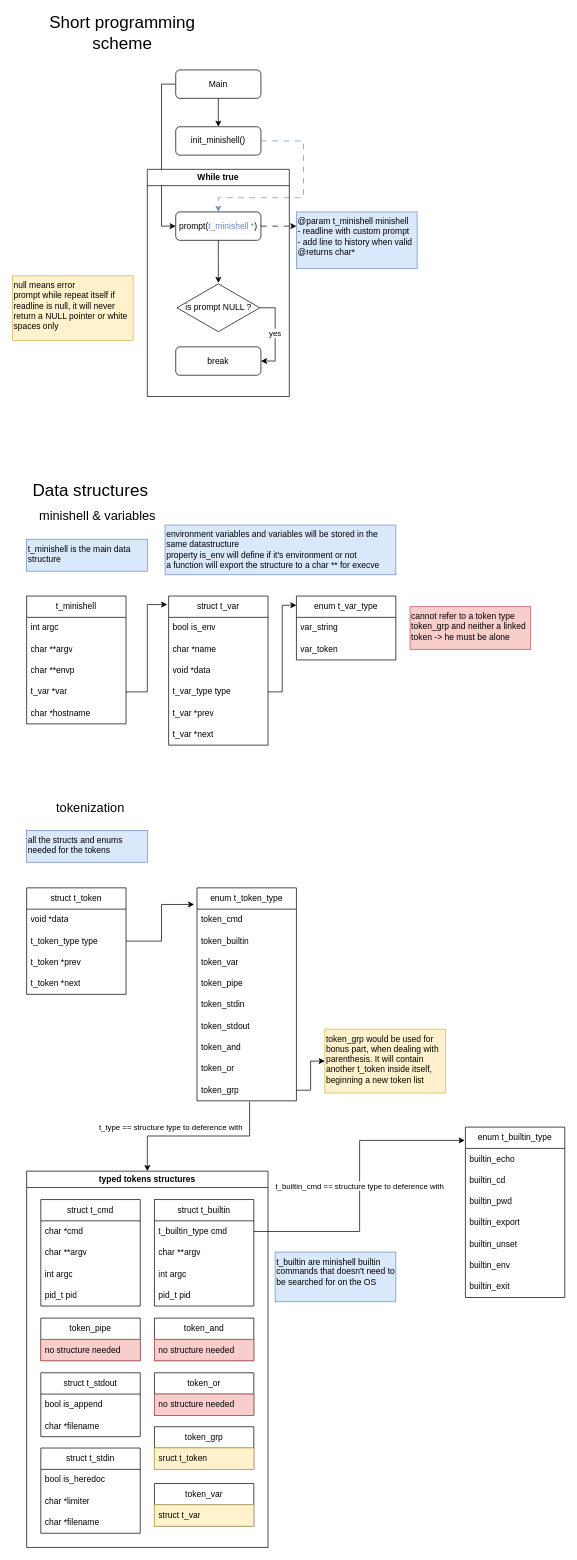
RPDJF/42-minishell keeps this draw.io diagram as docs/flow_scheme.drawio. Above is the earlier version. Source tidied: cells renumbered, new cells numbered last; positions are measured from the earlier drawing's top-left corner, leaving out a move shared by most shapes. Both pictures are drawn from the tidied source at 71%, with x=0, y=0 at pixel (12, 13).
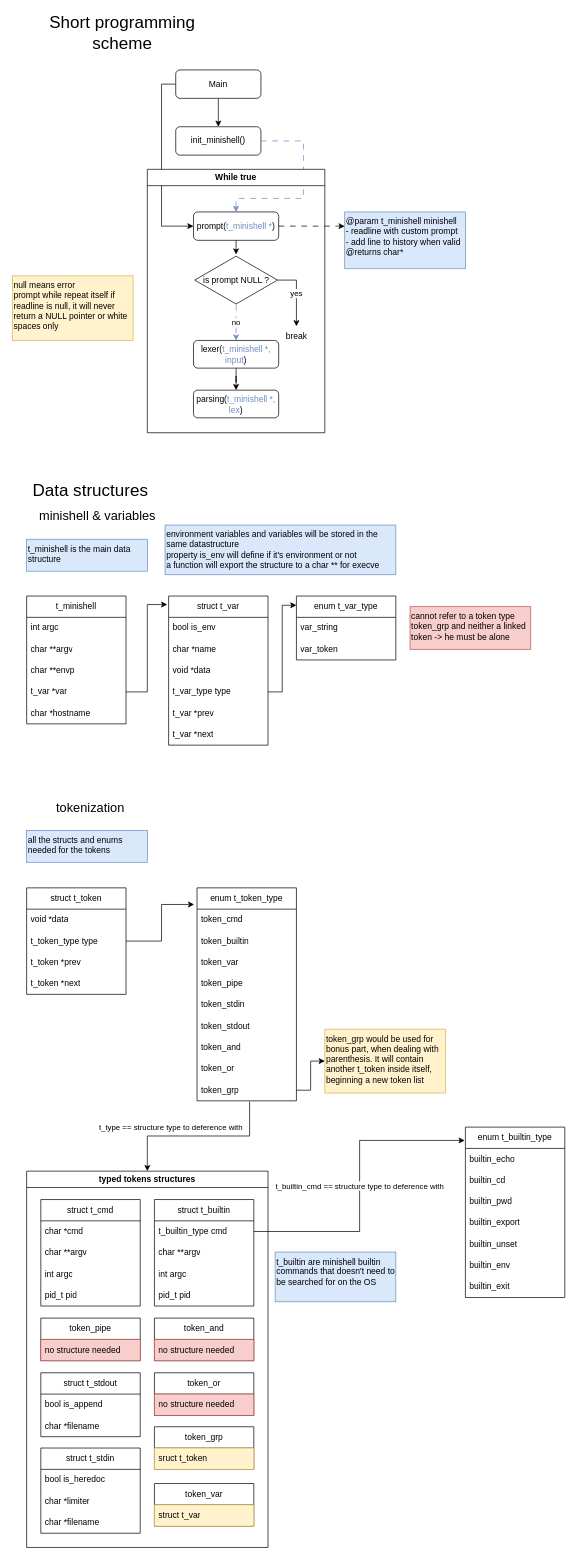
Above is the later version.

Commit message:
Mettre à jour flow_scheme.drawio

Unchanged cells that the change refers to:
```xml
<mxCell id="5" value="init_minishell()" style="rounded=1;whiteSpace=wrap;html=1;fontSize=12;glass=0;strokeWidth=1;shadow=0;" parent="1" vertex="1">
  <mxGeometry x="230" y="160" width="120" height="40" as="geometry" />
</mxCell>
```

Diff of the diagram source:
```diff
@@
     <mxCell id="6" style="edgeStyle=orthogonalEdgeStyle;rounded=0;jettySize=auto;html=1;entryX=0.5;entryY=0;entryDx=0;entryDy=0;dashed=1;dashPattern=8 8;fillColor=#dae8fc;strokeColor=#6c8ebf;exitX=1;exitY=0.5;exitDx=0;exitDy=0;" parent="1" edge="1" source="5" target="10">
       <mxGeometry relative="1" as="geometry">
         <Array as="points">
           <mxPoint x="410" y="180" />
-          <mxPoint x="410" y="260" />
-          <mxPoint x="290" y="260" />
+          <mxPoint x="410" y="261" />
+          <mxPoint x="315" y="261" />
         </Array>
       </mxGeometry>
     </mxCell>
-    <mxCell id="7" value="&lt;div&gt;@param t_minishell minishell&lt;/div&gt;- readline with custom prompt&lt;div&gt;- add line to history when valid&lt;/div&gt;&lt;div&gt;@returns char*&lt;/div&gt;" style="rounded=0;whiteSpace=wrap;html=1;fillColor=#dae8fc;strokeColor=#6c8ebf;verticalAlign=top;align=left;" parent="1" vertex="1">
-      <mxGeometry x="400" y="280" width="170" height="80" as="geometry" />
+    <mxCell id="7" value="&lt;div&gt;@param t_minishell minishell&lt;/div&gt;- readline with custom prompt&lt;div&gt;- add line to history when valid&lt;/div&gt;&lt;div&gt;@returns char*&lt;/div&gt;" style="rounded=0;whiteSpace=wrap;html=1;fillColor=#DAE8FC;strokeColor=#6c8ebf;verticalAlign=top;align=left;" parent="1" vertex="1">
+      <mxGeometry x="468" y="280" width="170" height="80" as="geometry" />
     </mxCell>
     <mxCell id="8" value="While true" style="swimlane;whiteSpace=wrap;html=1;" parent="1" vertex="1">
-      <mxGeometry x="190" y="220" width="200" height="320" as="geometry" />
+      <mxGeometry x="190" y="220" width="250" height="371" as="geometry" />
     </mxCell>
-    <mxCell id="9" style="edgeStyle=orthogonalEdgeStyle;rounded=0;jettySize=auto;html=1;" parent="8" edge="1" source="10" target="12">
-      <mxGeometry relative="1" as="geometry" />
-    </mxCell>
     <mxCell id="10" value="prompt(&lt;font color=&quot;#6c8ebf&quot;&gt;t_minishell *&lt;/font&gt;)" style="rounded=1;whiteSpace=wrap;html=1;fontSize=12;glass=0;strokeWidth=1;shadow=0;" parent="8" vertex="1">
-      <mxGeometry x="40" y="60" width="120" height="40" as="geometry" />
+      <mxGeometry x="65" y="60" width="120" height="40" as="geometry" />
     </mxCell>
+    <mxCell id="99" style="edgeStyle=orthogonalEdgeStyle;rounded=0;jettySize=auto;html=1;entryX=0.5;entryY=0;entryDx=0;entryDy=0;" parent="8" edge="1" source="100" target="101">
+      <mxGeometry relative="1" as="geometry" />
+    </mxCell>
+    <mxCell id="100" value="lexer(&lt;font color=&quot;#6c8ebf&quot;&gt;t_minishell *, input&lt;/font&gt;)" style="rounded=1;whiteSpace=wrap;html=1;fontSize=12;glass=0;strokeWidth=1;shadow=0;" parent="8" vertex="1">
+      <mxGeometry x="65" y="241" width="120" height="39" as="geometry" />
+    </mxCell>
+    <mxCell id="101" value="parsing(&lt;font color=&quot;#6c8ebf&quot;&gt;t_minishell *, lex&lt;/font&gt;)" style="rounded=1;whiteSpace=wrap;html=1;fontSize=12;glass=0;strokeWidth=1;shadow=0;" parent="8" vertex="1">
+      <mxGeometry x="65" y="311" width="120" height="39" as="geometry" />
+    </mxCell>
+    <mxCell id="102" value="no" style="edgeStyle=orthogonalEdgeStyle;rounded=0;jettySize=auto;html=1;entryX=0.5;entryY=0;entryDx=0;entryDy=0;fillColor=#dae8fc;strokeColor=#6c8ebf;dashed=1;dashPattern=8 8;" parent="8" edge="1" source="12" target="100">
+      <mxGeometry relative="1" as="geometry" />
+    </mxCell>
-    <mxCell id="11" value="yes" style="edgeStyle=orthogonalEdgeStyle;rounded=0;jettySize=auto;html=1;entryX=1;entryY=0.5;entryDx=0;entryDy=0;" parent="8" edge="1" source="12" target="13">
-      <mxGeometry relative="1" as="geometry">
-        <Array as="points">
-          <mxPoint x="180" y="195" />
-          <mxPoint x="180" y="270" />
-        </Array>
-      </mxGeometry>
+    <mxCell id="11" value="yes" style="edgeStyle=orthogonalEdgeStyle;rounded=0;jettySize=auto;html=1;" parent="8" edge="1" source="12" target="13">
+      <mxGeometry relative="1" as="geometry" />
     </mxCell>
     <mxCell id="12" value="is prompt NULL ?" style="html=1;whiteSpace=wrap;shape=isoRectangle;" parent="8" vertex="1">
-      <mxGeometry x="41.7" y="160" width="116.7" height="70" as="geometry" />
+      <mxGeometry x="66.7" y="121" width="116.7" height="70" as="geometry" />
     </mxCell>
+    <mxCell id="9" style="edgeStyle=orthogonalEdgeStyle;rounded=0;jettySize=auto;html=1;entryX=0.504;entryY=-0.021;entryDx=0;entryDy=0;entryPerimeter=0;" parent="8" edge="1" source="10" target="12">
+      <mxGeometry relative="1" as="geometry" />
+    </mxCell>
-    <mxCell id="13" value="break" style="rounded=1;whiteSpace=wrap;html=1;fontSize=12;glass=0;strokeWidth=1;shadow=0;" parent="8" vertex="1">
-      <mxGeometry x="40" y="250" width="120" height="40" as="geometry" />
+    <mxCell id="13" value="break" style="text;html=1;align=center;verticalAlign=middle;points=[];strokeColor=none;fillColor=none;" parent="8" vertex="1">
+      <mxGeometry x="185" y="221" width="50" height="30" as="geometry" />
     </mxCell>
```
